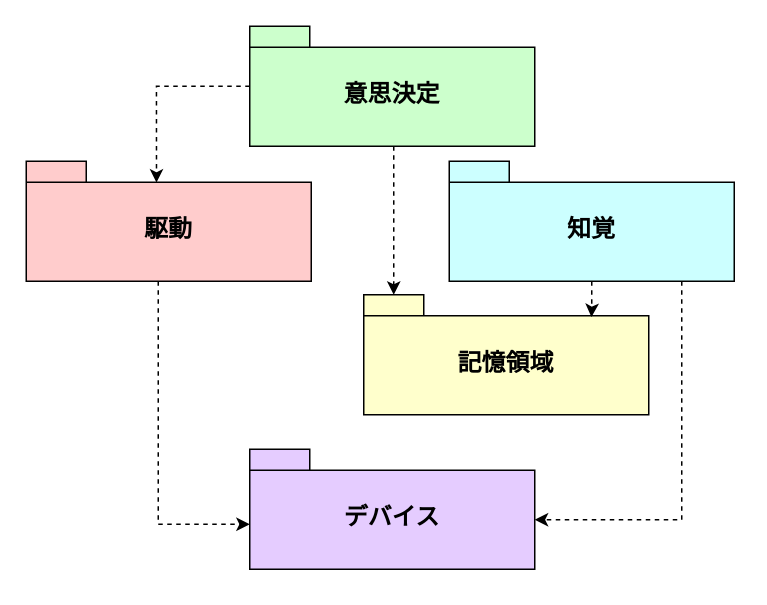
Above: design/model/diagram/2.1.パッケージ図.drawio in miyoshiyuu-systena/tenarobo-primary-mil-2025 (draw.io), before the change. Source tidied: cells renumbered, new cells numbered last; positions are measured from the earlier drawing's top-left corner, leaving out a move shared by most shapes. Both pictures are drawn from the tidied source at 150%, with x=0, y=0 at pixel (26, 26).
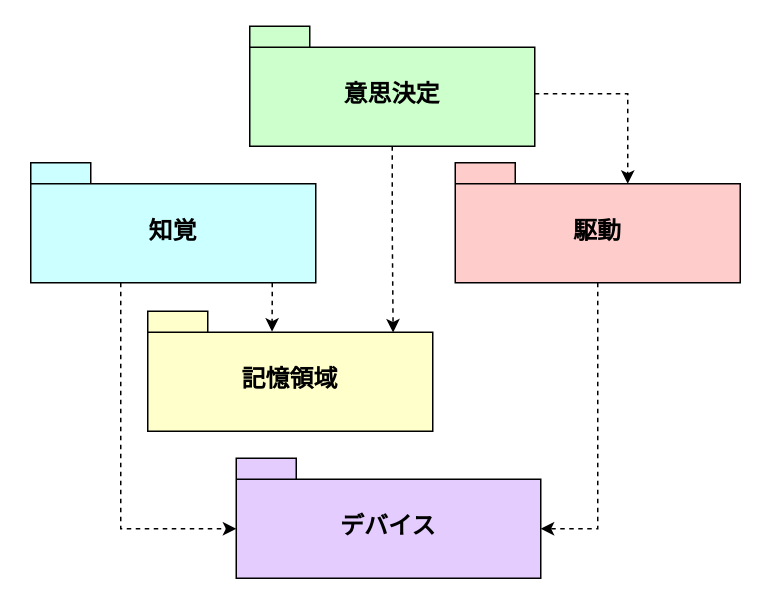
Above is the later version.

Commit message (it also covers changes not shown here):
[update]パッケージ図内の配置を他の図と一致するように修正

What changed in the source:
```diff
@@
 <mxGraphModel>
   <root>
     <mxCell id="0" />
     <mxCell id="1" parent="0" />
+    <mxCell id="9" style="edgeStyle=orthogonalEdgeStyle;rounded=0;jettySize=auto;html=1;entryX=0.861;entryY=0.177;entryDx=0;entryDy=0;entryPerimeter=0;dashed=1;" parent="1" edge="1" source="2" target="3">
+      <mxGeometry relative="1" as="geometry" />
+    </mxCell>
     <mxCell id="2" value="意思決定" style="shape=folder;fontStyle=1;spacingTop=10;tabWidth=40;tabHeight=14;tabPosition=left;html=1;whiteSpace=wrap;fillColor=light-dark(#CCFFCC,var(--ge-dark-color, #121212));fontSize=16;" parent="1" vertex="1">
       <mxGeometry x="149" width="190" height="80" as="geometry" />
     </mxCell>
     <mxCell id="3" value="記憶領域" style="shape=folder;fontStyle=1;spacingTop=10;tabWidth=40;tabHeight=14;tabPosition=left;html=1;whiteSpace=wrap;fillColor=light-dark(#FFFFCC,var(--ge-dark-color, #121212));fontSize=16;" parent="1" vertex="1">
-      <mxGeometry x="225" y="179" width="190" height="80" as="geometry" />
+      <mxGeometry x="81" y="190" width="190" height="80" as="geometry" />
     </mxCell>
     <mxCell id="4" value="駆動" style="shape=folder;fontStyle=1;spacingTop=10;tabWidth=40;tabHeight=14;tabPosition=left;html=1;whiteSpace=wrap;fillColor=light-dark(#FFCCCC,var(--ge-dark-color, #121212));fontSize=16;" parent="1" vertex="1">
-      <mxGeometry y="90" width="190" height="80" as="geometry" />
+      <mxGeometry x="286" y="91" width="190" height="80" as="geometry" />
     </mxCell>
     <mxCell id="5" value="知覚" style="shape=folder;fontStyle=1;spacingTop=10;tabWidth=40;tabHeight=14;tabPosition=left;html=1;whiteSpace=wrap;fillColor=light-dark(#CCFFFF,var(--ge-dark-color, #121212));fontSize=16;" parent="1" vertex="1">
-      <mxGeometry x="282" y="90" width="190" height="80" as="geometry" />
+      <mxGeometry x="3" y="91" width="190" height="80" as="geometry" />
     </mxCell>
     <mxCell id="6" value="デバイス" style="shape=folder;fontStyle=1;spacingTop=10;tabWidth=40;tabHeight=14;tabPosition=left;html=1;whiteSpace=wrap;fillColor=light-dark(#E5CCFF,var(--ge-dark-color, #121212));fontSize=16;" parent="1" vertex="1">
-      <mxGeometry x="149" y="282" width="190" height="80" as="geometry" />
+      <mxGeometry x="140" y="288" width="203" height="80" as="geometry" />
     </mxCell>
-    <mxCell id="7" style="edgeStyle=orthogonalEdgeStyle;rounded=0;jettySize=auto;html=1;fontSize=16;fontStyle=1;dashed=1;" parent="1" edge="1" source="4" target="6">
-      <mxGeometry relative="1" as="geometry">
-        <Array as="points">
-          <mxPoint x="88" y="332" />
-        </Array>
-      </mxGeometry>
-    </mxCell>
-    <mxCell id="8" style="edgeStyle=orthogonalEdgeStyle;rounded=0;jettySize=auto;html=1;entryX=0.457;entryY=0.178;entryDx=0;entryDy=0;entryPerimeter=0;fontSize=16;fontStyle=1;dashed=1;" parent="1" edge="1" source="2" target="4">
+    <mxCell id="8" style="edgeStyle=orthogonalEdgeStyle;rounded=0;jettySize=auto;html=1;entryX=0;entryY=0;entryDx=115;entryDy=14;entryPerimeter=0;dashed=1;" parent="1" edge="1" source="2" target="4">
       <mxGeometry relative="1" as="geometry">
         <Array as="points">
-          <mxPoint x="87" y="40" />
+          <mxPoint x="401" y="45" />
         </Array>
       </mxGeometry>
     </mxCell>
-    <mxCell id="9" style="edgeStyle=orthogonalEdgeStyle;rounded=0;jettySize=auto;html=1;entryX=0;entryY=0;entryDx=20;entryDy=0;entryPerimeter=0;fontSize=16;fontStyle=1;dashed=1;" parent="1" edge="1" source="2" target="3">
-      <mxGeometry relative="1" as="geometry">
-        <Array as="points">
-          <mxPoint x="245" y="119" />
-          <mxPoint x="245" y="119" />
-        </Array>
-      </mxGeometry>
-    </mxCell>
-    <mxCell id="10" style="edgeStyle=orthogonalEdgeStyle;rounded=0;jettySize=auto;html=1;entryX=0.799;entryY=0.186;entryDx=0;entryDy=0;entryPerimeter=0;fontSize=16;fontStyle=1;dashed=1;" parent="1" edge="1" source="5" target="3">
-      <mxGeometry relative="1" as="geometry" />
+    <mxCell id="10" style="edgeStyle=orthogonalEdgeStyle;rounded=0;jettySize=auto;html=1;entryX=0.436;entryY=0.17;entryDx=0;entryDy=0;entryPerimeter=0;dashed=1;" parent="1" edge="1" source="5" target="3">
+      <mxGeometry relative="1" as="geometry">
+        <Array as="points">
+          <mxPoint x="164" y="181" />
+          <mxPoint x="164" y="181" />
+        </Array>
+      </mxGeometry>
     </mxCell>
-    <mxCell id="11" style="edgeStyle=orthogonalEdgeStyle;rounded=0;jettySize=auto;html=1;entryX=0;entryY=0;entryDx=190;entryDy=47;entryPerimeter=0;dashed=1;" parent="1" edge="1" source="5" target="6">
+    <mxCell id="11" style="edgeStyle=orthogonalEdgeStyle;rounded=0;jettySize=auto;html=1;entryX=0;entryY=0;entryDx=0;entryDy=47;entryPerimeter=0;dashed=1;" parent="1" edge="1" source="5" target="6">
       <mxGeometry relative="1" as="geometry">
         <Array as="points">
-          <mxPoint x="437" y="329" />
+          <mxPoint x="63" y="335" />
         </Array>
       </mxGeometry>
     </mxCell>
+    <mxCell id="7" style="edgeStyle=orthogonalEdgeStyle;rounded=0;jettySize=auto;html=1;entryX=0;entryY=0;entryDx=203;entryDy=47;entryPerimeter=0;dashed=1;" parent="1" edge="1" source="4" target="6">
+      <mxGeometry relative="1" as="geometry" />
+    </mxCell>
   </root>
 </mxGraphModel>
```
